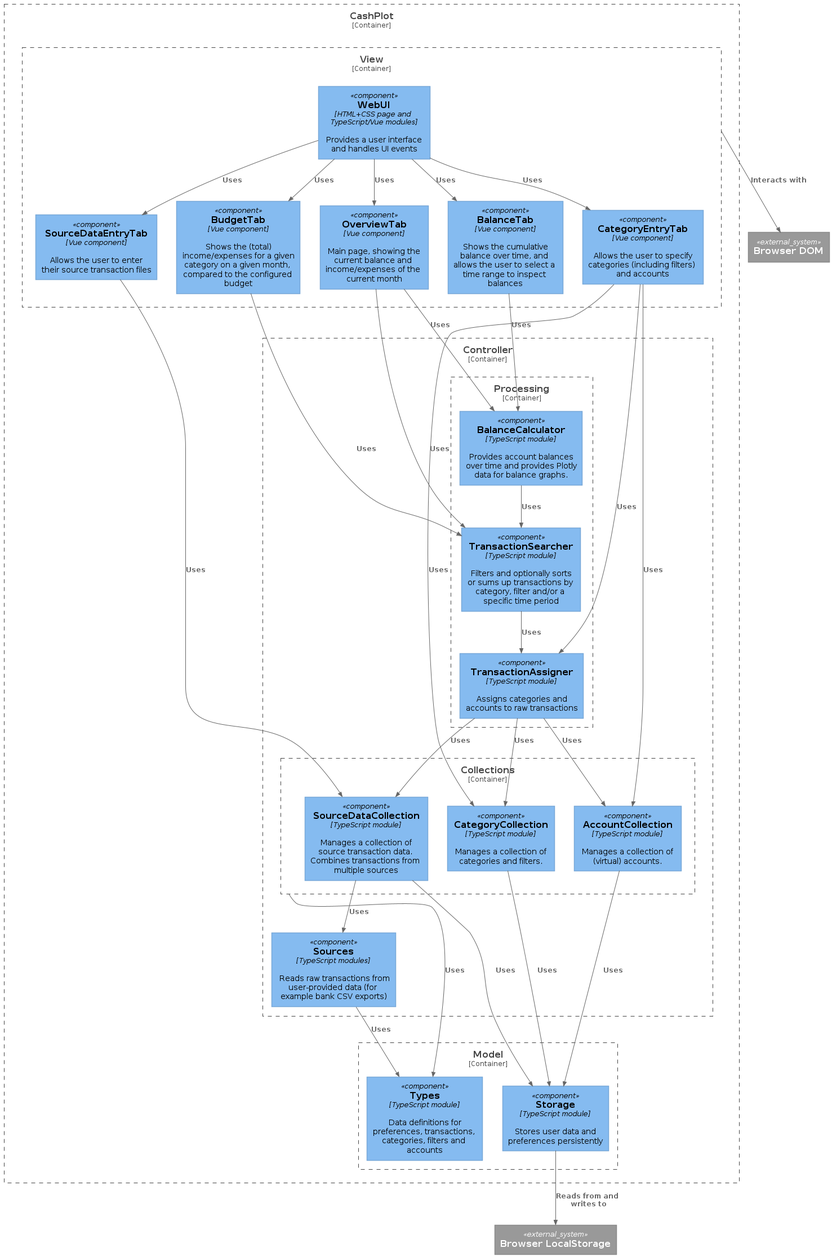
cuiter/cashplot keeps this PlantUML diagram as docs/diagrams/ComponentDiagram.png. Above is the earlier version.
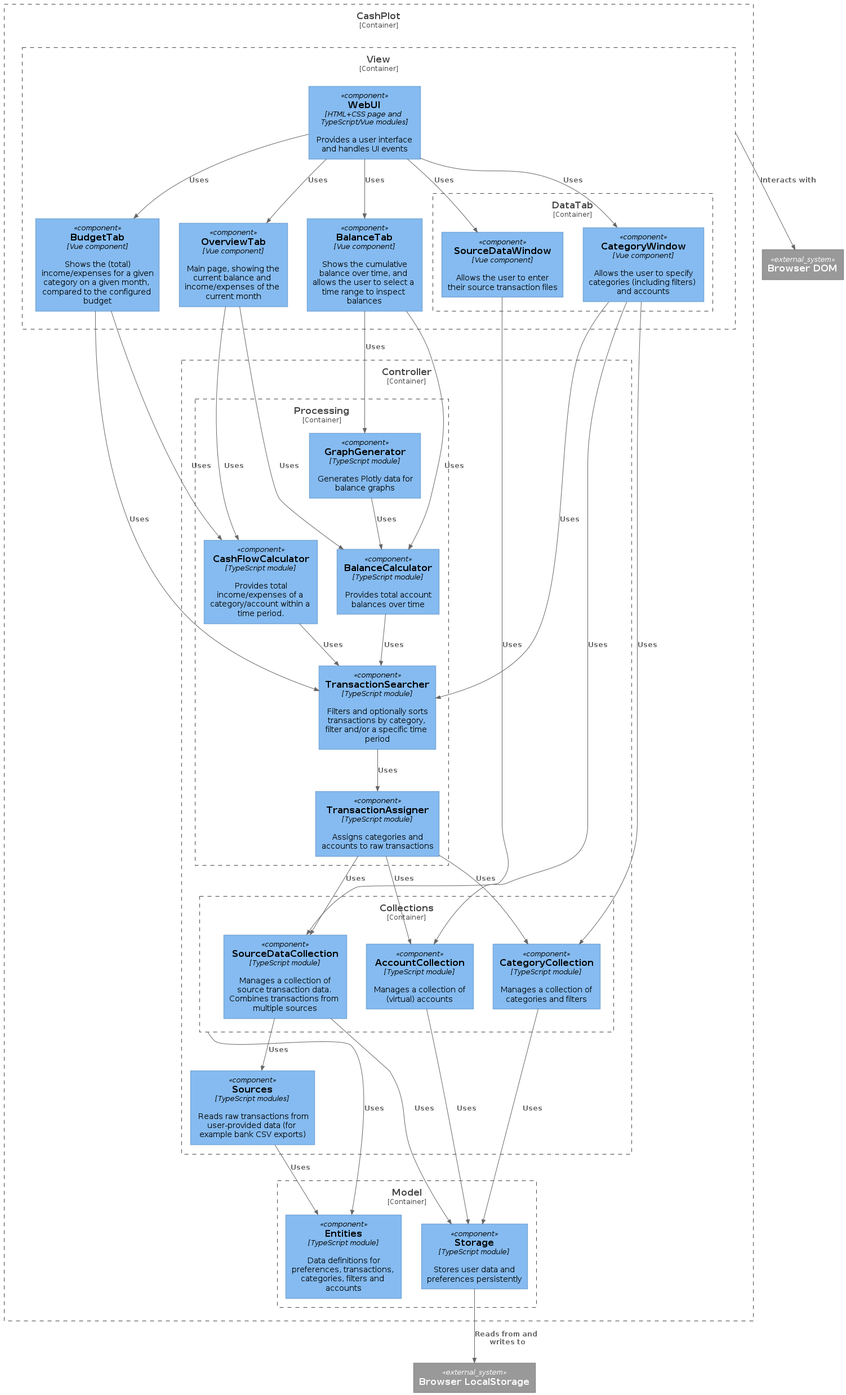
The same diagram one commit later.

Commit message:
Component diagram: rename Types -> Entities

Change to the diagram source:
```diff
@@ -9,44 +9,50 @@
     Container_Boundary(view_container, "View") {
         Component(ui_component, "WebUI", "HTML+CSS page and TypeScript/Vue modules", "Provides a user interface and handles UI events")
         Component(overview_tab_component, "OverviewTab", "Vue component", "Main page, showing the current balance and income/expenses of the current month")
-        Component(source_data_entry_tab_component, "SourceDataEntryTab", "Vue component", "Allows the user to enter their source transaction files")
-        Component(category_entry_tab_component, "CategoryEntryTab", "Vue component", "Allows the user to specify categories (including filters) and accounts")
         Component(budget_tab_component, "BudgetTab", "Vue component", "Shows the (total) income/expenses for a given category on a given month, compared to the configured budget")
         Component(balance_tab_component, "BalanceTab", "Vue component", "Shows the cumulative balance over time, and allows the user to select a time range to inspect balances")
+        Container_Boundary(data_tab_container, "DataTab") {
+            Component(source_data_window_component, "SourceDataWindow", "Vue component", "Allows the user to enter their source transaction files")
+            Component(category_window_component, "CategoryWindow", "Vue component", "Allows the user to specify categories (including filters) and accounts")
+        }
     }
     Container_Boundary(controller_container, "Controller") {
         Container_Boundary(collections_container, "Collections") {
             Component(source_data_collection_component, "SourceDataCollection", "TypeScript module", "Manages a collection of source transaction data. Combines transactions from multiple sources")
-            Component(category_collection_component, "CategoryCollection", "TypeScript module", "Manages a collection of categories and filters.")
-            Component(account_collection_component, "AccountCollection", "TypeScript module", "Manages a collection of (virtual) accounts.")
+            Component(category_collection_component, "CategoryCollection", "TypeScript module", "Manages a collection of categories and filters")
+            Component(account_collection_component, "AccountCollection", "TypeScript module", "Manages a collection of (virtual) accounts")
         }
         Container_Boundary(processing_container, "Processing") {
-            Component(balance_calculator_component, "BalanceCalculator", "TypeScript module", "Provides account balances over time and provides Plotly data for balance graphs.")
-            Component(transaction_searcher_component, "TransactionSearcher", "TypeScript module", "Filters and optionally sorts or sums up transactions by category, filter and/or a specific time period")
+            Component(cashflow_calculator_component, "CashFlowCalculator", "TypeScript module", "Provides total income/expenses of a category/account within a time period.")
+            Component(balance_calculator_component, "BalanceCalculator", "TypeScript module", "Provides total account balances over time")
+            Component(graph_generator_component, "GraphGenerator", "TypeScript module", "Generates Plotly data for balance graphs")
+            Component(transaction_searcher_component, "TransactionSearcher", "TypeScript module", "Filters and optionally sorts transactions by category, filter and/or a specific time period")
             Component(transaction_assigner_component, "TransactionAssigner", "TypeScript module", "Assigns categories and accounts to raw transactions")
         }
         Component(sources_component, "Sources", "TypeScript modules", "Reads raw transactions from user-provided data (for example bank CSV exports)")
     }
     Container_Boundary(model_container, "Model") {
         Component(storage_component, "Storage", "TypeScript module", "Stores user data and preferences persistently")
-        Component(types_component, "Types", "TypeScript module", "Data definitions for preferences, transactions, categories, filters and accounts")
+        Component(entities_component, "Entities", "TypeScript module", "Data definitions for preferences, transactions, categories, filters and accounts")
     }
 
     Rel(ui_component, overview_tab_component, "Uses")
-    Rel(ui_component, source_data_entry_tab_component, "Uses")
-    Rel(ui_component, category_entry_tab_component, "Uses")
+    Rel(ui_component, source_data_window_component, "Uses")
+    Rel(ui_component, category_window_component, "Uses")
     Rel(ui_component, budget_tab_component, "Uses")
     Rel(ui_component, balance_tab_component, "Uses")
 
 
-    Rel(source_data_entry_tab_component, source_data_collection_component, "Uses")
-    Rel(category_entry_tab_component, category_collection_component, "Uses")
-    Rel(category_entry_tab_component, account_collection_component, "Uses")
-    Rel(category_entry_tab_component, transaction_assigner_component, "Uses")
+    Rel(source_data_window_component, source_data_collection_component, "Uses")
+    Rel(category_window_component, category_collection_component, "Uses")
+    Rel(category_window_component, account_collection_component, "Uses")
+    Rel(category_window_component, transaction_searcher_component, "Uses")
     Rel(balance_tab_component, balance_calculator_component, "Uses")
+    Rel(balance_tab_component, graph_generator_component, "Uses")
     Rel(budget_tab_component, transaction_searcher_component, "Uses")
+    Rel(budget_tab_component, cashflow_calculator_component, "Uses")
     Rel(overview_tab_component, balance_calculator_component, "Uses")
-    Rel(overview_tab_component, transaction_searcher_component, "Uses")
+    Rel(overview_tab_component, cashflow_calculator_component, "Uses")
 
     Rel(source_data_collection_component, storage_component, "Uses")
     Rel(source_data_collection_component, sources_component, "Uses")
@@ -56,10 +62,14 @@
     Rel(transaction_assigner_component, source_data_collection_component, "Uses")
     Rel(transaction_assigner_component, category_collection_component, "Uses")
     Rel(transaction_assigner_component, account_collection_component, "Uses")
+    Rel(cashflow_calculator_component, transaction_searcher_component, "Uses")
     Rel(balance_calculator_component, transaction_searcher_component, "Uses")
+    Rel(graph_generator_component, balance_calculator_component, "Uses")
 
-    Rel(collections_container, types_component, "Uses")
-    Rel(sources_component, types_component, "Uses")
+    Lay_R(graph_generator_component, balance_calculator_component)
+
+    Rel(collections_container, entities_component, "Uses")
+    Rel(sources_component, entities_component, "Uses")
 }
 
 System_Ext(browser_dom, "Browser DOM")
```
